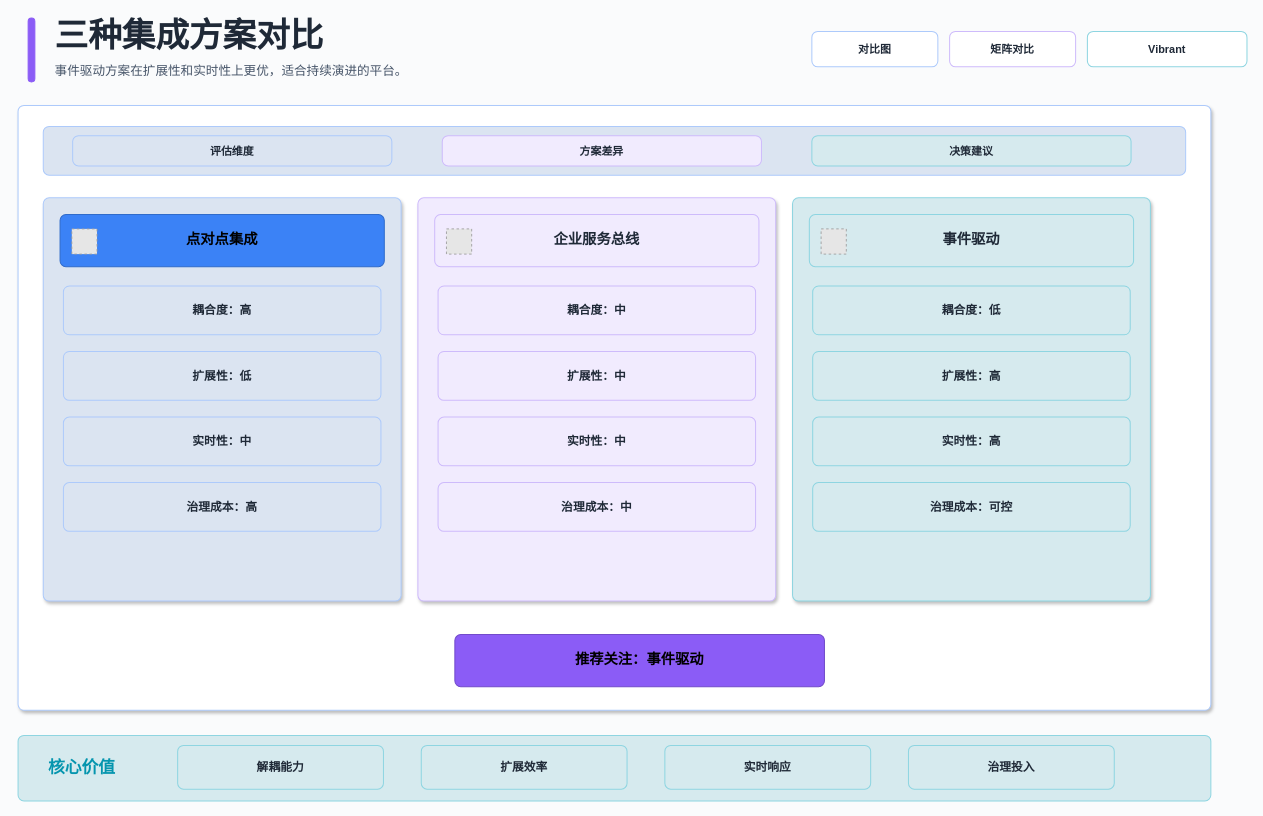
Above: test-outputs/diagram-types/catalog/xml/comparison-vibrant-light-enterprise.drawio in BeWaterMyFriend7/SKILL-PROJECT (draw.io), before the change. Source tidied: cells renumbered, new cells numbered last; positions are measured from the earlier drawing's top-left corner, leaving out a move shared by most shapes. Both pictures are drawn from the tidied source at 84%, with x=0, y=0 at pixel (18, 14). Pictures stored in the file or linked from it are replaced by grey dashed boxes.
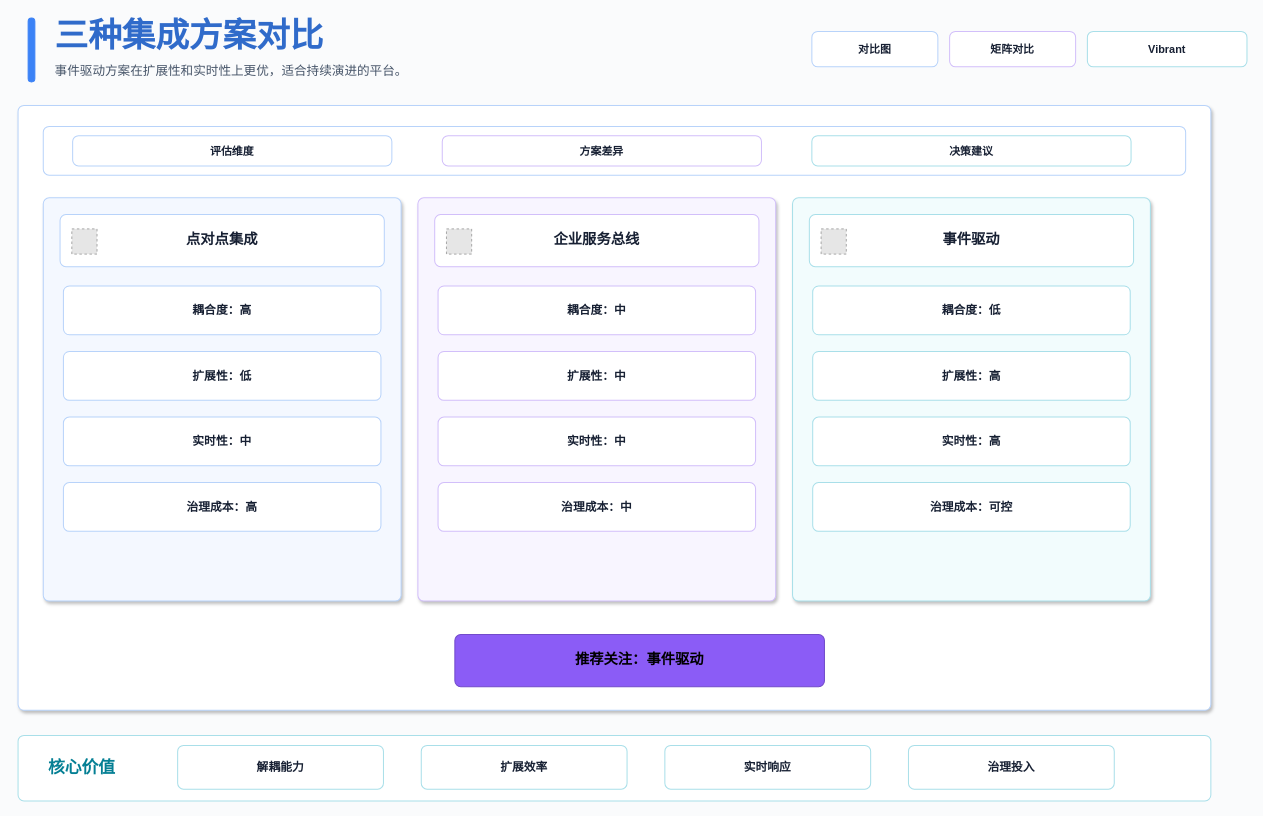
After the change.

The edit, as a diff of the source:
```diff
@@
-    <mxCell id="2" style="rounded=1;absoluteArcSize=1;arcSize=14;whiteSpace=wrap;html=1;fillColor=#8B5CF6;strokeColor=#8B5CF6;strokeWidth=1.2;fontColor=#000000;fontSize=12;fontFamily=Microsoft YaHei;align=center;verticalAlign=middle;" parent="1" vertex="1">
+    <mxCell id="2" style="rounded=1;absoluteArcSize=1;arcSize=14;whiteSpace=wrap;html=1;fillColor=#3B82F6;strokeColor=#3B82F6;strokeWidth=1.2;fontColor=#000000;fontSize=12;fontFamily=Microsoft YaHei;align=center;verticalAlign=middle;" parent="1" vertex="1">
       <mxGeometry x="12" y="4" width="8" height="76" as="geometry" />
     </mxCell>
-    <mxCell id="3" value="三种集成方案对比" style="rounded=1;absoluteArcSize=1;arcSize=14;whiteSpace=wrap;html=1;fillColor=none;strokeColor=none;strokeWidth=1.2;fontColor=#1F2937;fontSize=40;fontFamily=Microsoft YaHei;align=left;verticalAlign=middle;fontStyle=1;" parent="1" vertex="1">
+    <mxCell id="3" value="三种集成方案对比" style="rounded=1;absoluteArcSize=1;arcSize=14;whiteSpace=wrap;html=1;fillColor=none;strokeColor=none;strokeWidth=1.2;fontColor=#306BCA;fontSize=40;fontFamily=Microsoft YaHei;align=left;verticalAlign=middle;fontStyle=1;" parent="1" vertex="1">
       <mxGeometry x="42" width="760" height="48" as="geometry" />
     </mxCell>
@@
-    <mxCell id="5" value="对比图" style="rounded=1;absoluteArcSize=1;arcSize=14;whiteSpace=wrap;html=1;fillColor=#FFFFFF;strokeColor=#ADCAFB;strokeWidth=1.2;fontColor=#1F2937;fontSize=13;fontFamily=Microsoft YaHei;align=center;verticalAlign=middle;fontStyle=1;" parent="1" vertex="1">
+    <mxCell id="5" value="对比图" style="rounded=1;absoluteArcSize=1;arcSize=14;whiteSpace=wrap;html=1;fillColor=#FFFFFF;strokeColor=#B8D3FA;strokeWidth=1.2;fontColor=#172033;fontSize=13;fontFamily=Microsoft YaHei;align=center;verticalAlign=middle;fontStyle=1;" parent="1" vertex="1">
       <mxGeometry x="945" y="20" width="150" height="42" as="geometry" />
     </mxCell>
-    <mxCell id="6" value="矩阵对比" style="rounded=1;absoluteArcSize=1;arcSize=14;whiteSpace=wrap;html=1;fillColor=#FFFFFF;strokeColor=#CEBBFB;strokeWidth=1.2;fontColor=#1F2937;fontSize=13;fontFamily=Microsoft YaHei;align=center;verticalAlign=middle;fontStyle=1;" parent="1" vertex="1">
+    <mxCell id="6" value="矩阵对比" style="rounded=1;absoluteArcSize=1;arcSize=14;whiteSpace=wrap;html=1;fillColor=#FFFFFF;strokeColor=#D2BFFA;strokeWidth=1.2;fontColor=#172033;fontSize=13;fontFamily=Microsoft YaHei;align=center;verticalAlign=middle;fontStyle=1;" parent="1" vertex="1">
       <mxGeometry x="1109" y="20" width="150" height="42" as="geometry" />
     </mxCell>
-    <mxCell id="7" value="Vibrant" style="rounded=1;absoluteArcSize=1;arcSize=14;whiteSpace=wrap;html=1;fillColor=#FFFFFF;strokeColor=#8ED5E1;strokeWidth=1.2;fontColor=#1F2937;fontSize=13;fontFamily=Microsoft YaHei;align=center;verticalAlign=middle;fontStyle=1;" parent="1" vertex="1">
+    <mxCell id="7" value="Vibrant" style="rounded=1;absoluteArcSize=1;arcSize=14;whiteSpace=wrap;html=1;fillColor=#FFFFFF;strokeColor=#A9DFE9;strokeWidth=1.2;fontColor=#172033;fontSize=13;fontFamily=Microsoft YaHei;align=center;verticalAlign=middle;fontStyle=1;" parent="1" vertex="1">
       <mxGeometry x="1273" y="20" width="190" height="42" as="geometry" />
     </mxCell>
-    <mxCell id="8" style="rounded=1;absoluteArcSize=1;arcSize=14;whiteSpace=wrap;html=1;fillColor=#FFFFFF;strokeColor=#ADCAFB;strokeWidth=1.2;fontColor=#1F2937;fontSize=15;fontFamily=Microsoft YaHei;align=center;verticalAlign=middle;shadow=1;" parent="1" vertex="1">
+    <mxCell id="8" style="rounded=1;absoluteArcSize=1;arcSize=14;whiteSpace=wrap;html=1;fillColor=#FFFFFF;strokeColor=#B8D3FA;strokeWidth=1.2;fontColor=#172033;fontSize=15;fontFamily=Microsoft YaHei;align=center;verticalAlign=middle;shadow=1;" parent="1" vertex="1">
       <mxGeometry y="108" width="1420" height="720" as="geometry" />
     </mxCell>
-    <mxCell id="9" style="rounded=1;absoluteArcSize=1;arcSize=14;whiteSpace=wrap;html=1;fillColor=#DBE4F1;strokeColor=#ADCAFB;strokeWidth=1.2;fontColor=#1F2937;fontSize=15;fontFamily=Microsoft YaHei;align=center;verticalAlign=middle;" parent="1" vertex="1">
+    <mxCell id="9" style="rounded=1;absoluteArcSize=1;arcSize=14;whiteSpace=wrap;html=1;fillColor=#FFFFFF;strokeColor=#B8D3FA;strokeWidth=1.2;fontColor=#172033;fontSize=15;fontFamily=Microsoft YaHei;align=center;verticalAlign=middle;" parent="1" vertex="1">
       <mxGeometry x="30" y="133" width="1360" height="58" as="geometry" />
     </mxCell>
-    <mxCell id="10" value="&lt;b&gt;评估维度&lt;/b&gt;" style="rounded=1;absoluteArcSize=1;arcSize=14;whiteSpace=wrap;html=1;fillColor=#DBE4F1;strokeColor=#ADCAFB;strokeWidth=1.2;fontColor=#1F2937;fontSize=13;fontFamily=Microsoft YaHei;align=center;verticalAlign=middle;" parent="1" vertex="1">
+    <mxCell id="10" value="&lt;b&gt;评估维度&lt;/b&gt;" style="rounded=1;absoluteArcSize=1;arcSize=14;whiteSpace=wrap;html=1;fillColor=#FFFFFF;strokeColor=#B8D3FA;strokeWidth=1.2;fontColor=#172033;fontSize=13;fontFamily=Microsoft YaHei;align=center;verticalAlign=middle;" parent="1" vertex="1">
       <mxGeometry x="65" y="144" width="380" height="36" as="geometry" />
     </mxCell>
-    <mxCell id="11" value="&lt;b&gt;方案差异&lt;/b&gt;" style="rounded=1;absoluteArcSize=1;arcSize=14;whiteSpace=wrap;html=1;fillColor=#F1EBFE;strokeColor=#CEBBFB;strokeWidth=1.2;fontColor=#1F2937;fontSize=13;fontFamily=Microsoft YaHei;align=center;verticalAlign=middle;" parent="1" vertex="1">
+    <mxCell id="11" value="&lt;b&gt;方案差异&lt;/b&gt;" style="rounded=1;absoluteArcSize=1;arcSize=14;whiteSpace=wrap;html=1;fillColor=#FFFFFF;strokeColor=#D2BFFA;strokeWidth=1.2;fontColor=#172033;fontSize=13;fontFamily=Microsoft YaHei;align=center;verticalAlign=middle;" parent="1" vertex="1">
       <mxGeometry x="505" y="144" width="380" height="36" as="geometry" />
     </mxCell>
-    <mxCell id="12" value="&lt;b&gt;决策建议&lt;/b&gt;" style="rounded=1;absoluteArcSize=1;arcSize=14;whiteSpace=wrap;html=1;fillColor=#D6EAEE;strokeColor=#8ED5E1;strokeWidth=1.2;fontColor=#1F2937;fontSize=13;fontFamily=Microsoft YaHei;align=center;verticalAlign=middle;" parent="1" vertex="1">
+    <mxCell id="12" value="&lt;b&gt;决策建议&lt;/b&gt;" style="rounded=1;absoluteArcSize=1;arcSize=14;whiteSpace=wrap;html=1;fillColor=#FFFFFF;strokeColor=#A9DFE9;strokeWidth=1.2;fontColor=#172033;fontSize=13;fontFamily=Microsoft YaHei;align=center;verticalAlign=middle;" parent="1" vertex="1">
       <mxGeometry x="945" y="144" width="380" height="36" as="geometry" />
     </mxCell>
-    <mxCell id="13" style="rounded=1;absoluteArcSize=1;arcSize=14;whiteSpace=wrap;html=1;fillColor=#D6EAEE;strokeColor=#8ED5E1;strokeWidth=1.2;fontColor=#1F2937;fontSize=15;fontFamily=Microsoft YaHei;align=center;verticalAlign=middle;" parent="1" vertex="1">
+    <mxCell id="13" style="rounded=1;absoluteArcSize=1;arcSize=14;whiteSpace=wrap;html=1;fillColor=#FFFFFF;strokeColor=#A9DFE9;strokeWidth=1.2;fontColor=#172033;fontSize=15;fontFamily=Microsoft YaHei;align=center;verticalAlign=middle;" parent="1" vertex="1">
       <mxGeometry y="858" width="1420" height="78" as="geometry" />
     </mxCell>
-    <mxCell id="14" value="&lt;b&gt;解耦能力&lt;/b&gt;" style="rounded=1;absoluteArcSize=1;arcSize=14;whiteSpace=wrap;html=1;fillColor=#D6EAEE;strokeColor=#8ED5E1;strokeWidth=1.2;fontColor=#1F2937;fontSize=14;fontFamily=Microsoft YaHei;align=center;verticalAlign=middle;" parent="1" vertex="1">
+    <mxCell id="14" value="&lt;b&gt;解耦能力&lt;/b&gt;" style="rounded=1;absoluteArcSize=1;arcSize=14;whiteSpace=wrap;html=1;fillColor=#FFFFFF;strokeColor=#A9DFE9;strokeWidth=1.2;fontColor=#172033;fontSize=14;fontFamily=Microsoft YaHei;align=center;verticalAlign=middle;" parent="1" vertex="1">
       <mxGeometry x="190" y="870" width="245" height="52" as="geometry" />
     </mxCell>
-    <mxCell id="15" value="&lt;b&gt;扩展效率&lt;/b&gt;" style="rounded=1;absoluteArcSize=1;arcSize=14;whiteSpace=wrap;html=1;fillColor=#D6EAEE;strokeColor=#8ED5E1;strokeWidth=1.2;fontColor=#1F2937;fontSize=14;fontFamily=Microsoft YaHei;align=center;verticalAlign=middle;" parent="1" vertex="1">
+    <mxCell id="15" value="&lt;b&gt;扩展效率&lt;/b&gt;" style="rounded=1;absoluteArcSize=1;arcSize=14;whiteSpace=wrap;html=1;fillColor=#FFFFFF;strokeColor=#A9DFE9;strokeWidth=1.2;fontColor=#172033;fontSize=14;fontFamily=Microsoft YaHei;align=center;verticalAlign=middle;" parent="1" vertex="1">
       <mxGeometry x="480" y="870" width="245" height="52" as="geometry" />
     </mxCell>
-    <mxCell id="16" value="&lt;b&gt;实时响应&lt;/b&gt;" style="rounded=1;absoluteArcSize=1;arcSize=14;whiteSpace=wrap;html=1;fillColor=#D6EAEE;strokeColor=#8ED5E1;strokeWidth=1.2;fontColor=#1F2937;fontSize=14;fontFamily=Microsoft YaHei;align=center;verticalAlign=middle;" parent="1" vertex="1">
+    <mxCell id="16" value="&lt;b&gt;实时响应&lt;/b&gt;" style="rounded=1;absoluteArcSize=1;arcSize=14;whiteSpace=wrap;html=1;fillColor=#FFFFFF;strokeColor=#A9DFE9;strokeWidth=1.2;fontColor=#172033;fontSize=14;fontFamily=Microsoft YaHei;align=center;verticalAlign=middle;" parent="1" vertex="1">
       <mxGeometry x="770" y="870" width="245" height="52" as="geometry" />
     </mxCell>
-    <mxCell id="17" value="&lt;b&gt;治理投入&lt;/b&gt;" style="rounded=1;absoluteArcSize=1;arcSize=14;whiteSpace=wrap;html=1;fillColor=#D6EAEE;strokeColor=#8ED5E1;strokeWidth=1.2;fontColor=#1F2937;fontSize=14;fontFamily=Microsoft YaHei;align=center;verticalAlign=middle;" parent="1" vertex="1">
+    <mxCell id="17" value="&lt;b&gt;治理投入&lt;/b&gt;" style="rounded=1;absoluteArcSize=1;arcSize=14;whiteSpace=wrap;html=1;fillColor=#FFFFFF;strokeColor=#A9DFE9;strokeWidth=1.2;fontColor=#172033;fontSize=14;fontFamily=Microsoft YaHei;align=center;verticalAlign=middle;" parent="1" vertex="1">
       <mxGeometry x="1060" y="870" width="245" height="52" as="geometry" />
     </mxCell>
-    <mxCell id="18" style="rounded=1;absoluteArcSize=1;arcSize=14;whiteSpace=wrap;html=1;fillColor=#DBE4F1;strokeColor=#ADCAFB;strokeWidth=1.2;fontColor=#1F2937;fontSize=15;fontFamily=Microsoft YaHei;align=center;verticalAlign=middle;shadow=1;" parent="1" vertex="1">
+    <mxCell id="18" style="rounded=1;absoluteArcSize=1;arcSize=14;whiteSpace=wrap;html=1;fillColor=#F4F8FF;strokeColor=#B8D3FA;strokeWidth=1.2;fontColor=#172033;fontSize=15;fontFamily=Microsoft YaHei;align=center;verticalAlign=middle;shadow=1;" parent="1" vertex="1">
       <mxGeometry x="30" y="218" width="426" height="480" as="geometry" />
     </mxCell>
-    <mxCell id="19" value="&lt;b&gt;点对点集成&lt;/b&gt;" style="rounded=1;absoluteArcSize=1;arcSize=14;whiteSpace=wrap;html=1;fillColor=#3B82F6;strokeColor=#306BCA;strokeWidth=1.2;fontColor=#000000;fontSize=17;fontFamily=Microsoft YaHei;align=center;verticalAlign=middle;" parent="1" vertex="1">
+    <mxCell id="19" value="&lt;b&gt;点对点集成&lt;/b&gt;" style="rounded=1;absoluteArcSize=1;arcSize=14;whiteSpace=wrap;html=1;fillColor=#FFFFFF;strokeColor=#B8D3FA;strokeWidth=1.2;fontColor=#172033;fontSize=17;fontFamily=Microsoft YaHei;align=center;verticalAlign=middle;" parent="1" vertex="1">
       <mxGeometry x="50" y="238" width="386" height="62" as="geometry" />
     </mxCell>
-    <mxCell id="20" value="&lt;b&gt;耦合度：高&lt;/b&gt;" style="rounded=1;absoluteArcSize=1;arcSize=14;whiteSpace=wrap;html=1;fillColor=#DBE4F1;strokeColor=#ADCAFB;strokeWidth=1.2;fontColor=#1F2937;fontSize=14;fontFamily=Microsoft YaHei;align=center;verticalAlign=middle;" parent="1" vertex="1">
+    <mxCell id="20" value="&lt;b&gt;耦合度：高&lt;/b&gt;" style="rounded=1;absoluteArcSize=1;arcSize=14;whiteSpace=wrap;html=1;fillColor=#FFFFFF;strokeColor=#B8D3FA;strokeWidth=1.2;fontColor=#172033;fontSize=14;fontFamily=Microsoft YaHei;align=center;verticalAlign=middle;" parent="1" vertex="1">
       <mxGeometry x="54" y="323" width="378" height="58" as="geometry" />
     </mxCell>
-    <mxCell id="21" value="&lt;b&gt;扩展性：低&lt;/b&gt;" style="rounded=1;absoluteArcSize=1;arcSize=14;whiteSpace=wrap;html=1;fillColor=#DBE4F1;strokeColor=#ADCAFB;strokeWidth=1.2;fontColor=#1F2937;fontSize=14;fontFamily=Microsoft YaHei;align=center;verticalAlign=middle;" parent="1" vertex="1">
+    <mxCell id="21" value="&lt;b&gt;扩展性：低&lt;/b&gt;" style="rounded=1;absoluteArcSize=1;arcSize=14;whiteSpace=wrap;html=1;fillColor=#FFFFFF;strokeColor=#B8D3FA;strokeWidth=1.2;fontColor=#172033;fontSize=14;fontFamily=Microsoft YaHei;align=center;verticalAlign=middle;" parent="1" vertex="1">
       <mxGeometry x="54" y="401" width="378" height="58" as="geometry" />
     </mxCell>
-    <mxCell id="22" value="&lt;b&gt;实时性：中&lt;/b&gt;" style="rounded=1;absoluteArcSize=1;arcSize=14;whiteSpace=wrap;html=1;fillColor=#DBE4F1;strokeColor=#ADCAFB;strokeWidth=1.2;fontColor=#1F2937;fontSize=14;fontFamily=Microsoft YaHei;align=center;verticalAlign=middle;" parent="1" vertex="1">
+    <mxCell id="22" value="&lt;b&gt;实时性：中&lt;/b&gt;" style="rounded=1;absoluteArcSize=1;arcSize=14;whiteSpace=wrap;html=1;fillColor=#FFFFFF;strokeColor=#B8D3FA;strokeWidth=1.2;fontColor=#172033;fontSize=14;fontFamily=Microsoft YaHei;align=center;verticalAlign=middle;" parent="1" vertex="1">
       <mxGeometry x="54" y="479" width="378" height="58" as="geometry" />
     </mxCell>
-    <mxCell id="23" value="&lt;b&gt;治理成本：高&lt;/b&gt;" style="rounded=1;absoluteArcSize=1;arcSize=14;whiteSpace=wrap;html=1;fillColor=#DBE4F1;strokeColor=#ADCAFB;strokeWidth=1.2;fontColor=#1F2937;fontSize=14;fontFamily=Microsoft YaHei;align=center;verticalAlign=middle;" parent="1" vertex="1">
+    <mxCell id="23" value="&lt;b&gt;治理成本：高&lt;/b&gt;" style="rounded=1;absoluteArcSize=1;arcSize=14;whiteSpace=wrap;html=1;fillColor=#FFFFFF;strokeColor=#B8D3FA;strokeWidth=1.2;fontColor=#172033;fontSize=14;fontFamily=Microsoft YaHei;align=center;verticalAlign=middle;" parent="1" vertex="1">
       <mxGeometry x="54" y="557" width="378" height="58" as="geometry" />
     </mxCell>
-    <mxCell id="24" style="rounded=1;absoluteArcSize=1;arcSize=14;whiteSpace=wrap;html=1;fillColor=#F1EBFE;strokeColor=#CEBBFB;strokeWidth=1.2;fontColor=#1F2937;fontSize=15;fontFamily=Microsoft YaHei;align=center;verticalAlign=middle;shadow=1;" parent="1" vertex="1">
+    <mxCell id="24" style="rounded=1;absoluteArcSize=1;arcSize=14;whiteSpace=wrap;html=1;fillColor=#F8F5FF;strokeColor=#D2BFFA;strokeWidth=1.2;fontColor=#172033;fontSize=15;fontFamily=Microsoft YaHei;align=center;verticalAlign=middle;shadow=1;" parent="1" vertex="1">
       <mxGeometry x="476" y="218" width="426" height="480" as="geometry" />
     </mxCell>
-    <mxCell id="25" value="&lt;b&gt;企业服务总线&lt;/b&gt;" style="rounded=1;absoluteArcSize=1;arcSize=14;whiteSpace=wrap;html=1;fillColor=#F1EBFE;strokeColor=#CEBBFB;strokeWidth=1.2;fontColor=#1F2937;fontSize=17;fontFamily=Microsoft YaHei;align=center;verticalAlign=middle;" parent="1" vertex="1">
+    <mxCell id="25" value="&lt;b&gt;企业服务总线&lt;/b&gt;" style="rounded=1;absoluteArcSize=1;arcSize=14;whiteSpace=wrap;html=1;fillColor=#FFFFFF;strokeColor=#D2BFFA;strokeWidth=1.2;fontColor=#172033;fontSize=17;fontFamily=Microsoft YaHei;align=center;verticalAlign=middle;" parent="1" vertex="1">
       <mxGeometry x="496" y="238" width="386" height="62" as="geometry" />
     </mxCell>
-    <mxCell id="26" value="&lt;b&gt;耦合度：中&lt;/b&gt;" style="rounded=1;absoluteArcSize=1;arcSize=14;whiteSpace=wrap;html=1;fillColor=#F1EBFE;strokeColor=#CEBBFB;strokeWidth=1.2;fontColor=#1F2937;fontSize=14;fontFamily=Microsoft YaHei;align=center;verticalAlign=middle;" parent="1" vertex="1">
+    <mxCell id="26" value="&lt;b&gt;耦合度：中&lt;/b&gt;" style="rounded=1;absoluteArcSize=1;arcSize=14;whiteSpace=wrap;html=1;fillColor=#FFFFFF;strokeColor=#D2BFFA;strokeWidth=1.2;fontColor=#172033;fontSize=14;fontFamily=Microsoft YaHei;align=center;verticalAlign=middle;" parent="1" vertex="1">
       <mxGeometry x="500" y="323" width="378" height="58" as="geometry" />
     </mxCell>
-    <mxCell id="27" value="&lt;b&gt;扩展性：中&lt;/b&gt;" style="rounded=1;absoluteArcSize=1;arcSize=14;whiteSpace=wrap;html=1;fillColor=#F1EBFE;strokeColor=#CEBBFB;strokeWidth=1.2;fontColor=#1F2937;fontSize=14;fontFamily=Microsoft YaHei;align=center;verticalAlign=middle;" parent="1" vertex="1">
+    <mxCell id="27" value="&lt;b&gt;扩展性：中&lt;/b&gt;" style="rounded=1;absoluteArcSize=1;arcSize=14;whiteSpace=wrap;html=1;fillColor=#FFFFFF;strokeColor=#D2BFFA;strokeWidth=1.2;fontColor=#172033;fontSize=14;fontFamily=Microsoft YaHei;align=center;verticalAlign=middle;" parent="1" vertex="1">
       <mxGeometry x="500" y="401" width="378" height="58" as="geometry" />
     </mxCell>
-    <mxCell id="28" value="&lt;b&gt;实时性：中&lt;/b&gt;" style="rounded=1;absoluteArcSize=1;arcSize=14;whiteSpace=wrap;html=1;fillColor=#F1EBFE;strokeColor=#CEBBFB;strokeWidth=1.2;fontColor=#1F2937;fontSize=14;fontFamily=Microsoft YaHei;align=center;verticalAlign=middle;" parent="1" vertex="1">
+    <mxCell id="28" value="&lt;b&gt;实时性：中&lt;/b&gt;" style="rounded=1;absoluteArcSize=1;arcSize=14;whiteSpace=wrap;html=1;fillColor=#FFFFFF;strokeColor=#D2BFFA;strokeWidth=1.2;fontColor=#172033;fontSize=14;fontFamily=Microsoft YaHei;align=center;verticalAlign=middle;" parent="1" vertex="1">
       <mxGeometry x="500" y="479" width="378" height="58" as="geometry" />
     </mxCell>
-    <mxCell id="29" value="&lt;b&gt;治理成本：中&lt;/b&gt;" style="rounded=1;absoluteArcSize=1;arcSize=14;whiteSpace=wrap;html=1;fillColor=#F1EBFE;strokeColor=#CEBBFB;strokeWidth=1.2;fontColor=#1F2937;fontSize=14;fontFamily=Microsoft YaHei;align=center;verticalAlign=middle;" parent="1" vertex="1">
+    <mxCell id="29" value="&lt;b&gt;治理成本：中&lt;/b&gt;" style="rounded=1;absoluteArcSize=1;arcSize=14;whiteSpace=wrap;html=1;fillColor=#FFFFFF;strokeColor=#D2BFFA;strokeWidth=1.2;fontColor=#172033;fontSize=14;fontFamily=Microsoft YaHei;align=center;verticalAlign=middle;" parent="1" vertex="1">
       <mxGeometry x="500" y="557" width="378" height="58" as="geometry" />
     </mxCell>
-    <mxCell id="30" style="rounded=1;absoluteArcSize=1;arcSize=14;whiteSpace=wrap;html=1;fillColor=#D6EAEE;strokeColor=#8ED5E1;strokeWidth=1.2;fontColor=#1F2937;fontSize=15;fontFamily=Microsoft YaHei;align=center;verticalAlign=middle;shadow=1;" parent="1" vertex="1">
+    <mxCell id="30" style="rounded=1;absoluteArcSize=1;arcSize=14;whiteSpace=wrap;html=1;fillColor=#F2FCFD;strokeColor=#A9DFE9;strokeWidth=1.2;fontColor=#172033;fontSize=15;fontFamily=Microsoft YaHei;align=center;verticalAlign=middle;shadow=1;" parent="1" vertex="1">
       <mxGeometry x="922" y="218" width="426" height="480" as="geometry" />
     </mxCell>
-    <mxCell id="31" value="&lt;b&gt;事件驱动&lt;/b&gt;" style="rounded=1;absoluteArcSize=1;arcSize=14;whiteSpace=wrap;html=1;fillColor=#D6EAEE;strokeColor=#8ED5E1;strokeWidth=1.2;fontColor=#1F2937;fontSize=17;fontFamily=Microsoft YaHei;align=center;verticalAlign=middle;" parent="1" vertex="1">
+    <mxCell id="31" value="&lt;b&gt;事件驱动&lt;/b&gt;" style="rounded=1;absoluteArcSize=1;arcSize=14;whiteSpace=wrap;html=1;fillColor=#FFFFFF;strokeColor=#A9DFE9;strokeWidth=1.2;fontColor=#172033;fontSize=17;fontFamily=Microsoft YaHei;align=center;verticalAlign=middle;" parent="1" vertex="1">
       <mxGeometry x="942" y="238" width="386" height="62" as="geometry" />
     </mxCell>
-    <mxCell id="32" value="&lt;b&gt;耦合度：低&lt;/b&gt;" style="rounded=1;absoluteArcSize=1;arcSize=14;whiteSpace=wrap;html=1;fillColor=#D6EAEE;strokeColor=#8ED5E1;strokeWidth=1.2;fontColor=#1F2937;fontSize=14;fontFamily=Microsoft YaHei;align=center;verticalAlign=middle;" parent="1" vertex="1">
+    <mxCell id="32" value="&lt;b&gt;耦合度：低&lt;/b&gt;" style="rounded=1;absoluteArcSize=1;arcSize=14;whiteSpace=wrap;html=1;fillColor=#FFFFFF;strokeColor=#A9DFE9;strokeWidth=1.2;fontColor=#172033;fontSize=14;fontFamily=Microsoft YaHei;align=center;verticalAlign=middle;" parent="1" vertex="1">
       <mxGeometry x="946" y="323" width="378" height="58" as="geometry" />
     </mxCell>
-    <mxCell id="33" value="&lt;b&gt;扩展性：高&lt;/b&gt;" style="rounded=1;absoluteArcSize=1;arcSize=14;whiteSpace=wrap;html=1;fillColor=#D6EAEE;strokeColor=#8ED5E1;strokeWidth=1.2;fontColor=#1F2937;fontSize=14;fontFamily=Microsoft YaHei;align=center;verticalAlign=middle;" parent="1" vertex="1">
+    <mxCell id="33" value="&lt;b&gt;扩展性：高&lt;/b&gt;" style="rounded=1;absoluteArcSize=1;arcSize=14;whiteSpace=wrap;html=1;fillColor=#FFFFFF;strokeColor=#A9DFE9;strokeWidth=1.2;fontColor=#172033;fontSize=14;fontFamily=Microsoft YaHei;align=center;verticalAlign=middle;" parent="1" vertex="1">
       <mxGeometry x="946" y="401" width="378" height="58" as="geometry" />
     </mxCell>
-    <mxCell id="34" value="&lt;b&gt;实时性：高&lt;/b&gt;" style="rounded=1;absoluteArcSize=1;arcSize=14;whiteSpace=wrap;html=1;fillColor=#D6EAEE;strokeColor=#8ED5E1;strokeWidth=1.2;fontColor=#1F2937;fontSize=14;fontFamily=Microsoft YaHei;align=center;verticalAlign=middle;" parent="1" vertex="1">
+    <mxCell id="34" value="&lt;b&gt;实时性：高&lt;/b&gt;" style="rounded=1;absoluteArcSize=1;arcSize=14;whiteSpace=wrap;html=1;fillColor=#FFFFFF;strokeColor=#A9DFE9;strokeWidth=1.2;fontColor=#172033;fontSize=14;fontFamily=Microsoft YaHei;align=center;verticalAlign=middle;" parent="1" vertex="1">
       <mxGeometry x="946" y="479" width="378" height="58" as="geometry" />
     </mxCell>
-    <mxCell id="35" value="&lt;b&gt;治理成本：可控&lt;/b&gt;" style="rounded=1;absoluteArcSize=1;arcSize=14;whiteSpace=wrap;html=1;fillColor=#D6EAEE;strokeColor=#8ED5E1;strokeWidth=1.2;fontColor=#1F2937;fontSize=14;fontFamily=Microsoft YaHei;align=center;verticalAlign=middle;" parent="1" vertex="1">
+    <mxCell id="35" value="&lt;b&gt;治理成本：可控&lt;/b&gt;" style="rounded=1;absoluteArcSize=1;arcSize=14;whiteSpace=wrap;html=1;fillColor=#FFFFFF;strokeColor=#A9DFE9;strokeWidth=1.2;fontColor=#172033;fontSize=14;fontFamily=Microsoft YaHei;align=center;verticalAlign=middle;" parent="1" vertex="1">
       <mxGeometry x="946" y="557" width="378" height="58" as="geometry" />
     </mxCell>
@@
-    <mxCell id="37" value="核心价值" style="rounded=1;absoluteArcSize=1;arcSize=14;whiteSpace=wrap;html=1;fillColor=none;strokeColor=none;strokeWidth=1.2;fontColor=#0595AE;fontSize=20;fontFamily=Microsoft YaHei;align=left;verticalAlign=middle;fontStyle=1;" parent="1" vertex="1">
+    <mxCell id="37" value="核心价值" style="rounded=1;absoluteArcSize=1;arcSize=14;whiteSpace=wrap;html=1;fillColor=none;strokeColor=none;strokeWidth=1.2;fontColor=#047F94;fontSize=20;fontFamily=Microsoft YaHei;align=left;verticalAlign=middle;fontStyle=1;" parent="1" vertex="1">
       <mxGeometry x="34" y="874" width="130" height="42" as="geometry" />
     </mxCell>
```
